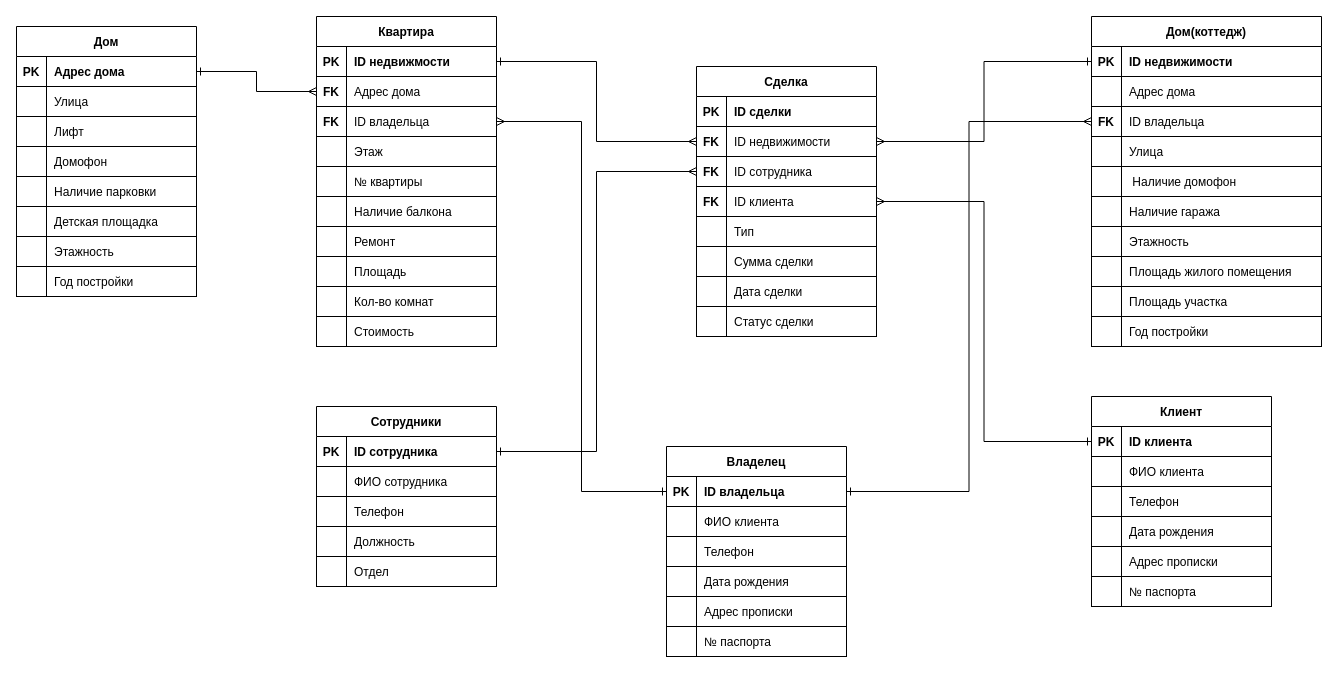
Before: agenstvo.drawio in VitaliiPopov00/ER-diagrams, a draw.io diagram. Source tidied: cells renumbered, new cells numbered last; positions are measured from the earlier drawing's top-left corner, leaving out a move shared by most shapes. Both pictures are drawn from the tidied source at 100%, with x=0, y=0 at pixel (16, 16).
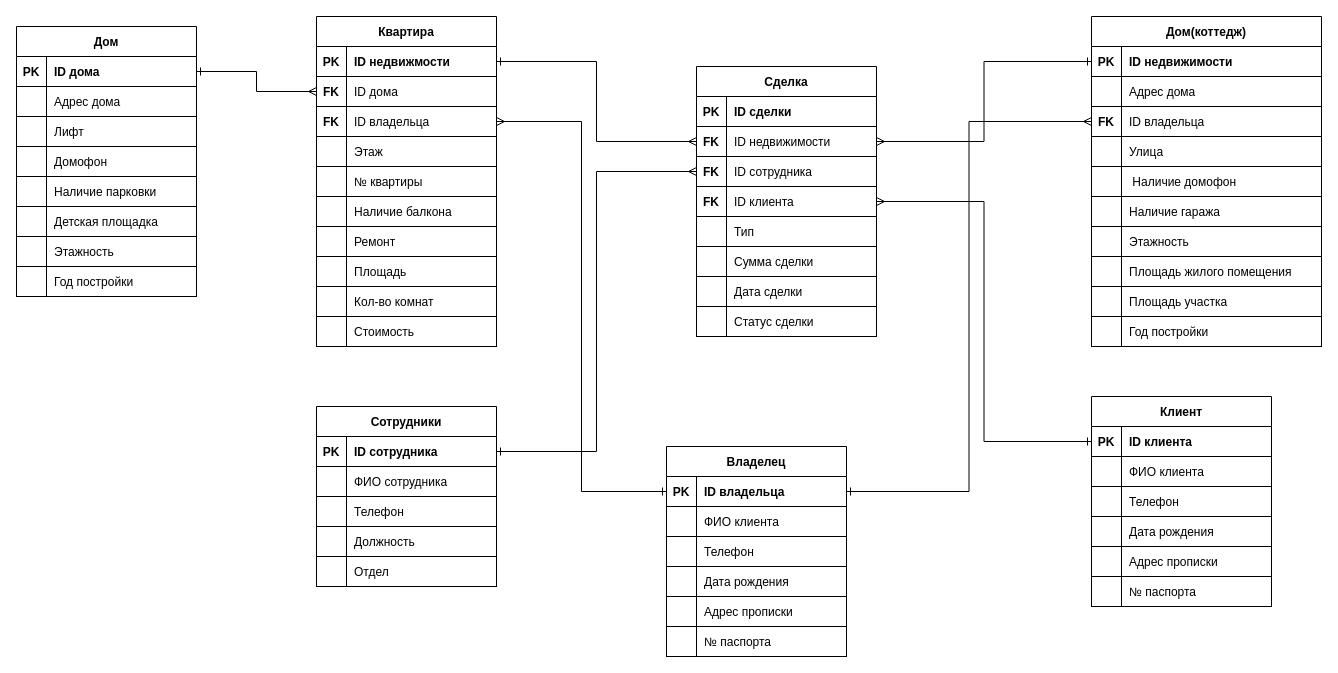
Above is the later version.

Unchanged cells that the change refers to:
```xml
<mxCell id="31" style="shape=tableRow;horizontal=0;startSize=0;swimlaneHead=0;swimlaneBody=0;fillColor=none;points=[[0,0.5],[1,0.5]];portConstraint=eastwest;top=0;left=0;right=0;bottom=1;" parent="27" vertex="1">
  <mxGeometry y="60" width="180" height="30" as="geometry" />
</mxCell>
<mxCell id="59" style="shape=tableRow;horizontal=0;startSize=0;swimlaneHead=0;swimlaneBody=0;fillColor=none;points=[[0,0.5],[1,0.5]];portConstraint=eastwest;top=0;left=0;right=0;bottom=1;" parent="58" vertex="1">
  <mxGeometry y="30" width="180" height="30" as="geometry" />
</mxCell>
<mxCell id="62" style="shape=tableRow;horizontal=0;startSize=0;swimlaneHead=0;swimlaneBody=0;fillColor=none;top=0;left=0;right=0;bottom=1;" parent="58" vertex="1">
  <mxGeometry y="60" width="180" height="30" as="geometry" />
</mxCell>
```

Diff of the diagram source:
```diff
@@
-    <mxCell id="33" value="Адрес дома" style="shape=partialRectangle;fillColor=none;top=0;left=0;bottom=0;right=0;align=left;spacingLeft=6;fontStyle=0;overflow=hidden;" parent="31" vertex="1">
+    <mxCell id="33" value="ID дома" style="shape=partialRectangle;fillColor=none;top=0;left=0;bottom=0;right=0;align=left;spacingLeft=6;fontStyle=0;overflow=hidden;" parent="31" vertex="1">
       <mxGeometry x="30" width="150" height="30" as="geometry" />
     </mxCell>
@@
-    <mxCell id="61" value="Адрес дома" style="shape=partialRectangle;fillColor=none;top=0;left=0;bottom=0;right=0;align=left;spacingLeft=6;fontStyle=1;overflow=hidden;" parent="59" vertex="1">
+    <mxCell id="61" value="ID дома" style="shape=partialRectangle;fillColor=none;top=0;left=0;bottom=0;right=0;align=left;spacingLeft=6;fontStyle=1;overflow=hidden;" parent="59" vertex="1">
       <mxGeometry x="30" width="150" height="30" as="geometry" />
     </mxCell>
@@
-    <mxCell id="64" value="Улица" style="shape=partialRectangle;fillColor=none;top=0;left=0;bottom=0;right=0;align=left;spacingLeft=6;fontStyle=0;overflow=hidden;" parent="62" vertex="1">
+    <mxCell id="64" value="Адрес дома" style="shape=partialRectangle;fillColor=none;top=0;left=0;bottom=0;right=0;align=left;spacingLeft=6;fontStyle=0;overflow=hidden;" parent="62" vertex="1">
       <mxGeometry x="30" width="150" height="30" as="geometry" />
     </mxCell>
```
